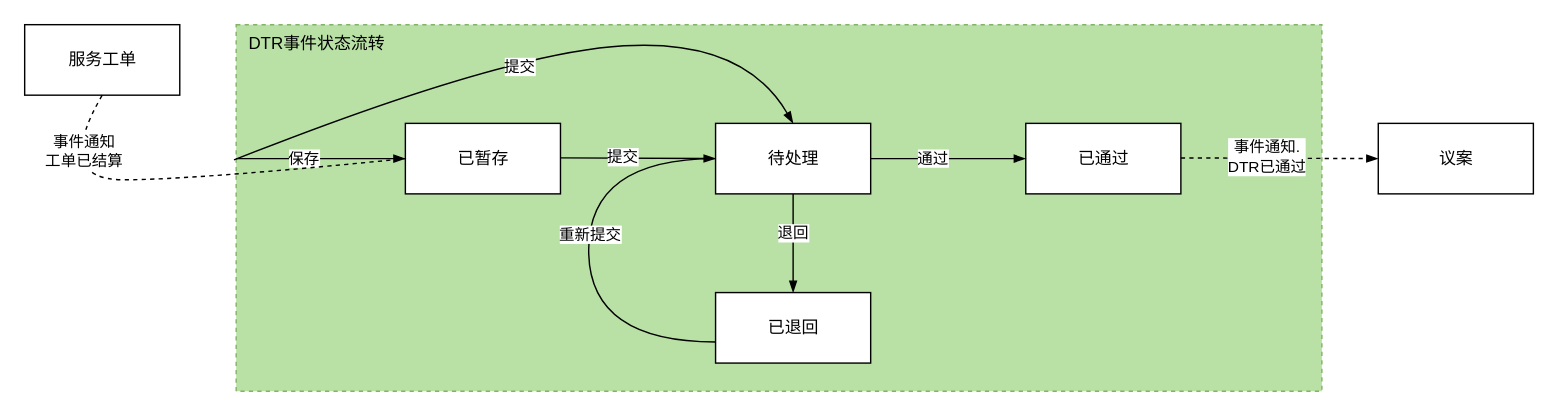
The draw.io diagram page "DTR事件设计" (6 of 7) of images/DTR时序图.drawio in 1132489442/designer, before the edit. Source tidied: cells renumbered, new cells numbered last; positions are measured from the earlier drawing's top-left corner, leaving out a move shared by most shapes. Both pictures are drawn from the tidied source at 141%, with x=0, y=0 at pixel (24, 24).
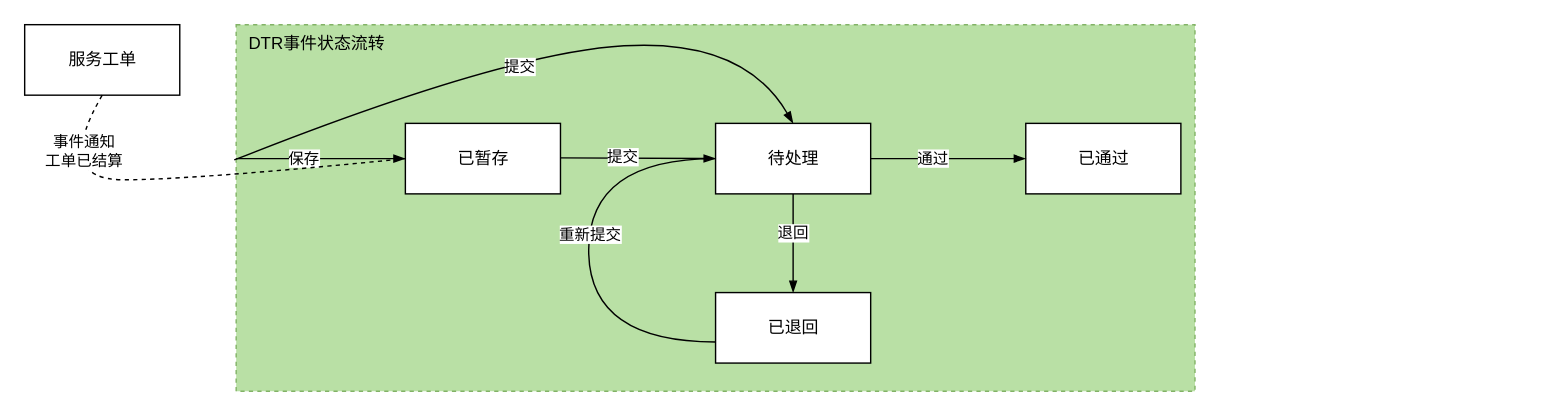
The same page after the edit.

The edit, as a diff of the source:
```diff
@@
     <mxCell id="2" style="rounded=0;whiteSpace=wrap;html=1;dashed=1;labelBackgroundColor=default;fillColor=#B9E0A5;strokeColor=#82b366;" parent="1" vertex="1">
-      <mxGeometry x="150" width="770" height="260" as="geometry" />
+      <mxGeometry x="150" width="680" height="260" as="geometry" />
     </mxCell>
@@
-    <mxCell id="19" value="议案" style="html=1;" parent="1" vertex="1">
-      <mxGeometry x="960" y="70" width="110" height="50" as="geometry" />
-    </mxCell>
-    <mxCell id="20" style="endArrow=blockThin;endSize=6;html=1;rounded=0;entryX=0;entryY=0.5;entryDx=0;entryDy=0;dashed=1;endFill=1;" parent="1" edge="1" target="19">
-      <mxGeometry relative="1" as="geometry">
-        <mxPoint x="820" y="94.5" as="sourcePoint" />
-      </mxGeometry>
-    </mxCell>
-    <mxCell id="21" value="事件通知.&lt;br&gt;DTR已通过" style="edgeLabel;html=1;align=center;verticalAlign=middle;" parent="20" vertex="1">
-      <mxGeometry x="-0.21" y="1" relative="1" as="geometry">
-        <mxPoint x="5" as="offset" />
-      </mxGeometry>
-    </mxCell>
```
